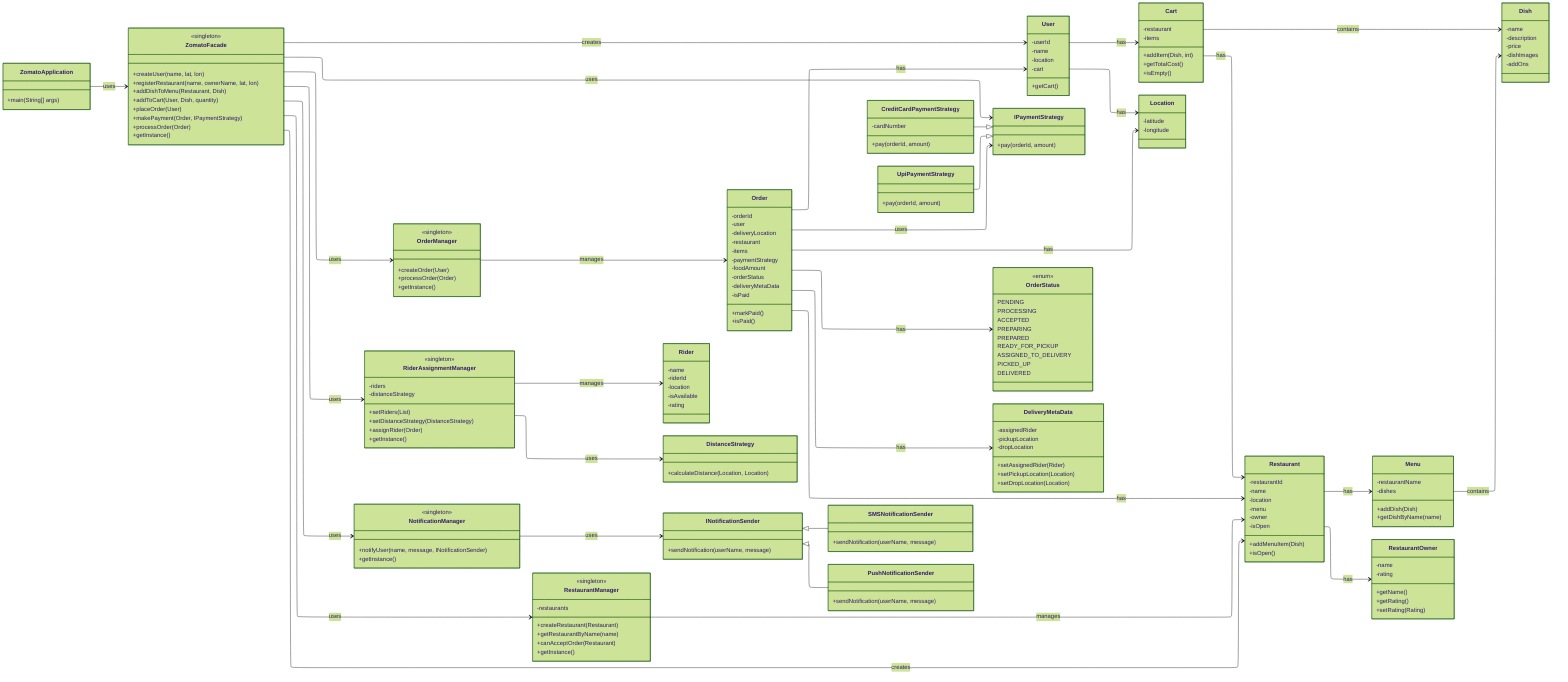
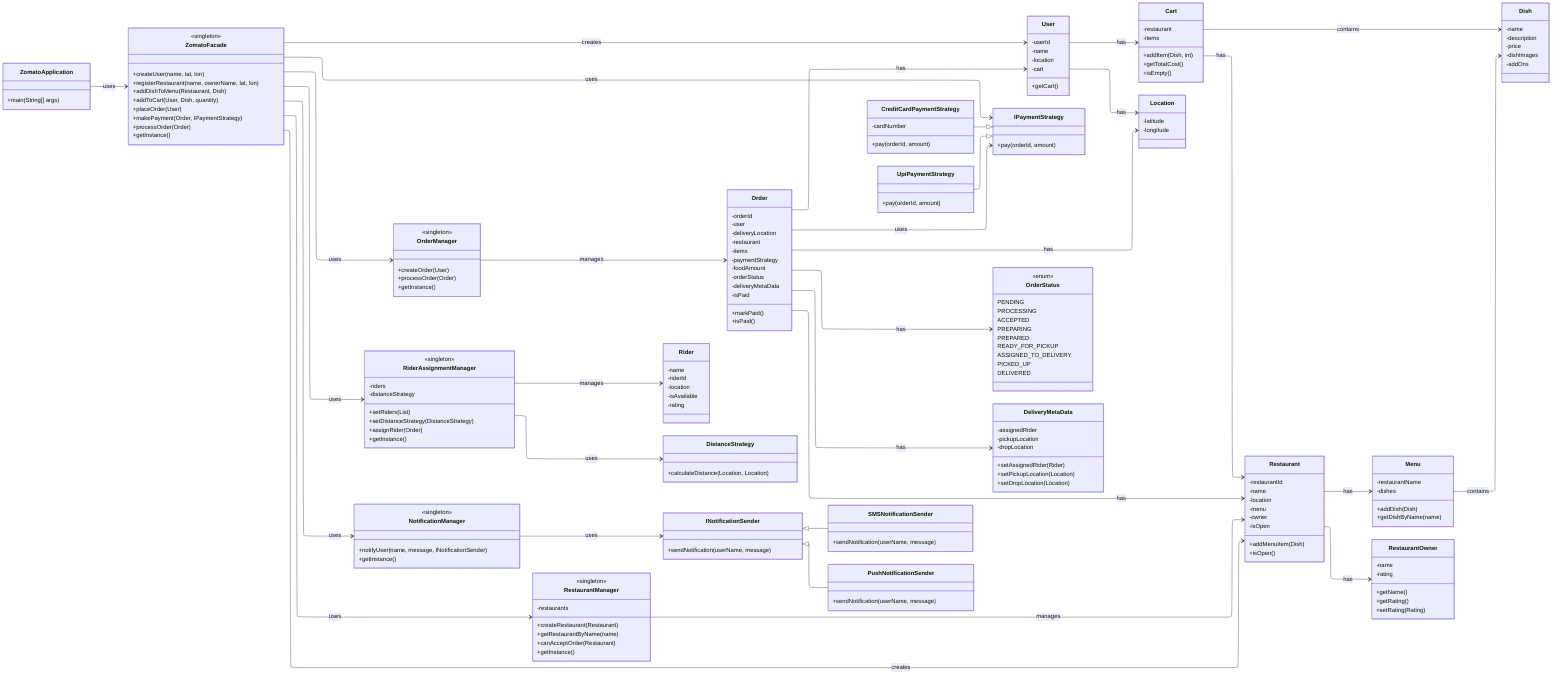
---
config:
  layout: elk
  look: classic
-   theme: forest
---
classDiagram
direction LR
    class ZomatoApplication {
	    +main(String[] args)
    }
    class ZomatoFacade {
	    +createUser(name, lat, lon)
	    +registerRestaurant(name, ownerName, lat, lon)
	    +addDishToMenu(Restaurant, Dish)
	    +addToCart(User, Dish, quantity)
	    +placeOrder(User)
	    +makePayment(Order, IPaymentStrategy)
	    +processOrder(Order)
	    +getInstance()
    }
    class User {
	    -userId
	    -name
	    -location
	    -cart
	    +getCart()
    }
    class Cart {
	    -restaurant
	    -items
	    +addItem(Dish, int)
	    +getTotalCost()
	    +isEmpty()
    }
    class Restaurant {
	    -restaurantId
	    -name
	    -location
	    -menu
	    -owner
	    -isOpen
	    +addMenuItem(Dish)
	    +isOpen()
    }
    class Menu {
	    -restaurantName
	    -dishes
	    +addDish(Dish)
	    +getDishByName(name)
    }
    class Dish {
	    -name
	    -description
	    -price
	    -dishImages
	    -addOns
    }
    class Order {
	    -orderId
	    -user
	    -deliveryLocation
	    -restaurant
	    -items
	    -paymentStrategy
	    -foodAmount
	    -orderStatus
	    -deliveryMetaData
	    -isPaid
	    +markPaid()
	    +isPaid()
    }
    class Location {
	    -latitude
	    -longitude
    }
    class RestaurantOwner {
	    -name
	    -rating
	    +getName()
	    +getRating()
	    +setRating(Rating)
    }
    class Rider {
	    -name
	    -riderId
	    -location
	    -isAvailable
	    -rating
    }
    class RestaurantManager {
	    -restaurants
	    +createRestaurant(Restaurant)
	    +getRestaurantByName(name)
	    +canAcceptOrder(Restaurant)
	    +getInstance()
    }
    class OrderManager {
	    +createOrder(User)
	    +processOrder(Order)
	    +getInstance()
    }
    class RiderAssignmentManager {
	    -riders
	    -distanceStrategy
	    +setRiders(List)
	    +setDistanceStrategy(DistanceStrategy)
	    +assignRider(Order)
	    +getInstance()
    }
    class DistanceStrategy {
	    +calculateDistance(Location, Location)
    }
    class IPaymentStrategy {
	    +pay(orderId, amount)
    }
    class CreditCardPaymentStrategy {
	    -cardNumber
	    +pay(orderId, amount)
    }
    class UpiPaymentStrategy {
	    +pay(orderId, amount)
    }
    class NotificationManager {
	    +notifyUser(name, message, INotificationSender)
	    +getInstance()
    }
    class INotificationSender {
	    +sendNotification(userName, message)
    }
    class SMSNotificationSender {
	    +sendNotification(userName, message)
    }
    class PushNotificationSender {
	    +sendNotification(userName, message)
    }
    class OrderStatus {
	    PENDING
	    PROCESSING
	    ACCEPTED
	    PREPARING
	    PREPARED
	    READY_FOR_PICKUP
	    ASSIGNED_TO_DELIVERY
	    PICKED_UP
	    DELIVERED
    }
    class DeliveryMetaData {
	    -assignedRider
	    -pickupLocation
	    -dropLocation
	    +setAssignedRider(Rider)
	    +setPickupLocation(Location)
	    +setDropLocation(Location)
    }

	<<singleton>> ZomatoFacade
	<<singleton>> RestaurantManager
	<<singleton>> OrderManager
	<<singleton>> RiderAssignmentManager
	<<singleton>> NotificationManager
	<<enum>> OrderStatus

    CreditCardPaymentStrategy --|> IPaymentStrategy
    UpiPaymentStrategy --|> IPaymentStrategy
    INotificationSender <|-- PushNotificationSender
    INotificationSender <|-- SMSNotificationSender
    ZomatoApplication --> ZomatoFacade : uses
    ZomatoFacade --> User : creates
    ZomatoFacade --> Restaurant : creates
    ZomatoFacade --> RestaurantManager : uses
    ZomatoFacade --> OrderManager : uses
    ZomatoFacade --> RiderAssignmentManager : uses
    ZomatoFacade --> NotificationManager : uses
    ZomatoFacade --> IPaymentStrategy : uses
    User --> Cart : has
    User --> Location : has
    Cart --> Restaurant : has
    Cart --> Dish : contains
    Restaurant --> Menu : has
    Restaurant --> RestaurantOwner : has
    Menu --> Dish : contains
    Order --> User : has
    Order --> Restaurant : has
    Order --> Location : has
    Order --> IPaymentStrategy : uses
    Order --> OrderStatus : has
    Order --> DeliveryMetaData : has
    OrderManager --> Order : manages
    RestaurantManager --> Restaurant : manages
    RiderAssignmentManager --> Rider : manages
    RiderAssignmentManager --> DistanceStrategy : uses
    NotificationManager --> INotificationSender : uses
